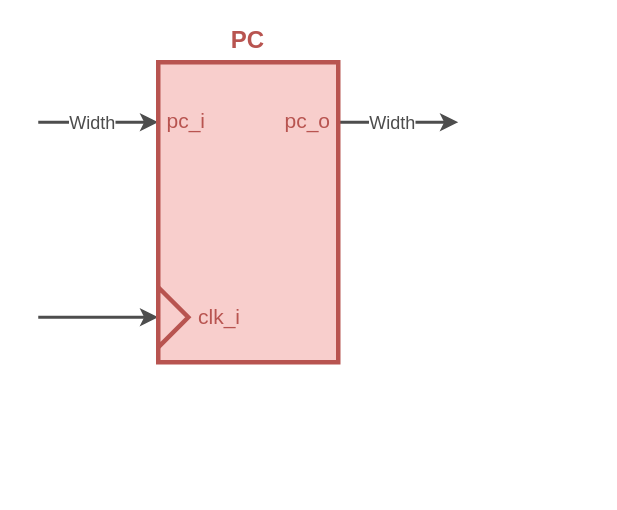
Earlier version of the draw.io diagram page "PC" (2 of 18) of xmint/design/design.drawio (Dark-GreenCat/xmint). Source tidied: cells renumbered, new cells numbered last; positions are measured from the earlier drawing's top-left corner, leaving out a move shared by most shapes. Both pictures are drawn from the tidied source at 150%, with x=0, y=0 at pixel (38, 32).
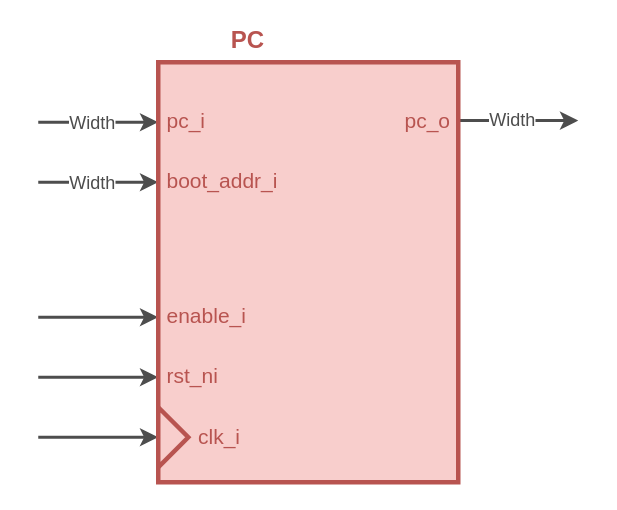
The same page after the edit.

Diff of the diagram source:
```diff
@@
-    <mxCell id="2" style="group;" parent="1" vertex="1">
-      <mxGeometry width="280" height="220" as="geometry" />
-    </mxCell>
+    <mxCell id="14" style="endArrow=classic;html=1;entryX=0;entryY=0;entryDx=0;entryDy=140;entryPerimeter=0;strokeWidth=2;fontColor=#4D4D4D;strokeColor=#4D4D4D;" parent="1" edge="1">
+      <mxGeometry relative="1" as="geometry">
+        <mxPoint y="230" as="sourcePoint" />
+        <mxPoint x="80" y="230" as="targetPoint" />
+      </mxGeometry>
+    </mxCell>
+    <mxCell id="15" style="endArrow=classic;html=1;entryX=0;entryY=0;entryDx=0;entryDy=140;entryPerimeter=0;strokeWidth=2;fontColor=#4D4D4D;strokeColor=#4D4D4D;" parent="1" edge="1">
+      <mxGeometry relative="1" as="geometry">
+        <mxPoint y="190" as="sourcePoint" />
+        <mxPoint x="80" y="190" as="targetPoint" />
+      </mxGeometry>
+    </mxCell>
+    <mxCell id="16" style="endArrow=classic;html=1;entryX=0;entryY=0;entryDx=0;entryDy=140;entryPerimeter=0;strokeWidth=2;fontColor=#4D4D4D;strokeColor=#4D4D4D;" parent="1" edge="1">
+      <mxGeometry relative="1" as="geometry">
+        <mxPoint y="100" as="sourcePoint" />
+        <mxPoint x="80" y="100" as="targetPoint" />
+      </mxGeometry>
+    </mxCell>
+    <mxCell id="17" value="Width" style="edgeLabel;html=1;align=center;verticalAlign=middle;fontSize=12;fontColor=#4D4D4D;" parent="16" vertex="1">
+      <mxGeometry x="0.21" y="1" relative="1" as="geometry">
+        <mxPoint x="-13" y="1" as="offset" />
+      </mxGeometry>
+    </mxCell>
-    <mxCell id="3" style="endArrow=classic;html=1;fontSize=12;entryX=0;entryY=0.5;entryDx=0;entryDy=0;strokeWidth=2;fontColor=#4D4D4D;strokeColor=#4D4D4D;" parent="2" edge="1" target="9">
+    <mxCell id="3" style="endArrow=classic;html=1;fontSize=12;entryX=0;entryY=0.5;entryDx=0;entryDy=0;strokeWidth=2;fontColor=#4D4D4D;strokeColor=#4D4D4D;" parent="1" edge="1" target="9">
       <mxGeometry relative="1" as="geometry">
-        <mxPoint y="190" as="sourcePoint" />
+        <mxPoint y="270" as="sourcePoint" />
       </mxGeometry>
     </mxCell>
-    <mxCell id="4" style="endArrow=classic;html=1;entryX=0;entryY=0;entryDx=0;entryDy=140;entryPerimeter=0;strokeWidth=2;fontColor=#4D4D4D;strokeColor=#4D4D4D;" parent="2" edge="1">
+    <mxCell id="4" style="endArrow=classic;html=1;entryX=0;entryY=0;entryDx=0;entryDy=140;entryPerimeter=0;strokeWidth=2;fontColor=#4D4D4D;strokeColor=#4D4D4D;" parent="1" edge="1">
       <mxGeometry relative="1" as="geometry">
         <mxPoint y="60" as="sourcePoint" />
         <mxPoint x="80" y="60" as="targetPoint" />
       </mxGeometry>
     </mxCell>
@@
-    <mxCell id="6" style="endArrow=classic;html=1;entryX=0;entryY=0;entryDx=0;entryDy=140;entryPerimeter=0;strokeWidth=2;fontColor=#4D4D4D;strokeColor=#4D4D4D;" parent="2" edge="1">
+    <mxCell id="6" style="endArrow=classic;html=1;entryX=0;entryY=0;entryDx=0;entryDy=140;entryPerimeter=0;strokeWidth=2;fontColor=#4D4D4D;strokeColor=#4D4D4D;" parent="1" edge="1">
       <mxGeometry relative="1" as="geometry">
-        <mxPoint x="200" y="60" as="sourcePoint" />
-        <mxPoint x="280" y="60" as="targetPoint" />
+        <mxPoint x="280" y="58.9" as="sourcePoint" />
+        <mxPoint x="360" y="58.9" as="targetPoint" />
       </mxGeometry>
     </mxCell>
@@
-    <mxCell id="8" style="rounded=0;whiteSpace=wrap;html=1;labelBackgroundColor=none;strokeColor=#b85450;strokeWidth=3;fontSize=12;fillColor=#f8cecc;" parent="2" vertex="1">
-      <mxGeometry x="80" y="20" width="120" height="200" as="geometry" />
+    <mxCell id="8" style="rounded=0;whiteSpace=wrap;html=1;labelBackgroundColor=none;strokeColor=#b85450;strokeWidth=3;fontSize=12;fillColor=#f8cecc;" parent="1" vertex="1">
+      <mxGeometry x="80" y="20" width="200" height="280" as="geometry" />
     </mxCell>
-    <mxCell id="9" style="triangle;whiteSpace=wrap;html=1;labelBackgroundColor=none;strokeColor=#b85450;strokeWidth=3;fontSize=12;fillColor=#f8cecc;rotation=0;" parent="2" vertex="1">
-      <mxGeometry x="80" y="170" width="20" height="40" as="geometry" />
+    <mxCell id="9" style="triangle;whiteSpace=wrap;html=1;labelBackgroundColor=none;strokeColor=#b85450;strokeWidth=3;fontSize=12;fillColor=#f8cecc;rotation=0;" parent="1" vertex="1">
+      <mxGeometry x="80" y="250" width="20" height="40" as="geometry" />
     </mxCell>
-    <mxCell id="10" value="PC" style="text;html=1;strokeColor=none;fillColor=none;align=center;verticalAlign=middle;whiteSpace=wrap;rounded=0;fontStyle=1;fontSize=16;fontColor=#B85450;" parent="2" vertex="1">
+    <mxCell id="10" value="PC" style="text;html=1;strokeColor=none;fillColor=none;align=center;verticalAlign=middle;whiteSpace=wrap;rounded=0;fontStyle=1;fontSize=16;fontColor=#B85450;" parent="1" vertex="1">
       <mxGeometry x="110" width="60" height="10" as="geometry" />
     </mxCell>
-    <mxCell id="11" value="clk_i" style="text;html=1;strokeColor=none;fillColor=none;align=left;verticalAlign=middle;whiteSpace=wrap;rounded=0;fontSize=14;fontColor=#B85450;" parent="2" vertex="1">
-      <mxGeometry x="105" y="175" width="60" height="30" as="geometry" />
+    <mxCell id="11" value="clk_i" style="text;html=1;strokeColor=none;fillColor=none;align=left;verticalAlign=middle;whiteSpace=wrap;rounded=0;fontSize=14;fontColor=#B85450;" parent="1" vertex="1">
+      <mxGeometry x="105" y="255" width="60" height="30" as="geometry" />
     </mxCell>
-    <mxCell id="12" value="pc_o" style="text;html=1;strokeColor=none;fillColor=none;align=right;verticalAlign=middle;whiteSpace=wrap;rounded=0;fontSize=14;fontColor=#B85450;" parent="2" vertex="1">
-      <mxGeometry x="137" y="44" width="60" height="30" as="geometry" />
+    <mxCell id="12" value="pc_o" style="text;html=1;strokeColor=none;fillColor=none;align=right;verticalAlign=middle;whiteSpace=wrap;rounded=0;fontSize=14;fontColor=#B85450;" parent="1" vertex="1">
+      <mxGeometry x="217" y="44" width="60" height="30" as="geometry" />
     </mxCell>
-    <mxCell id="13" value="pc_i" style="text;html=1;strokeColor=none;fillColor=none;align=left;verticalAlign=middle;whiteSpace=wrap;rounded=0;fontSize=14;fontColor=#B85450;" parent="2" vertex="1">
+    <mxCell id="13" value="pc_i" style="text;html=1;strokeColor=none;fillColor=none;align=left;verticalAlign=middle;whiteSpace=wrap;rounded=0;fontSize=14;fontColor=#B85450;" parent="1" vertex="1">
       <mxGeometry x="84" y="44" width="60" height="30" as="geometry" />
     </mxCell>
+    <mxCell id="18" value="rst_ni" style="text;html=1;strokeColor=none;fillColor=none;align=left;verticalAlign=middle;whiteSpace=wrap;rounded=0;fontSize=14;fontColor=#B85450;" parent="1" vertex="1">
+      <mxGeometry x="84" y="214" width="60" height="30" as="geometry" />
+    </mxCell>
+    <mxCell id="19" value="enable_i" style="text;html=1;strokeColor=none;fillColor=none;align=left;verticalAlign=middle;whiteSpace=wrap;rounded=0;fontSize=14;fontColor=#B85450;" parent="1" vertex="1">
+      <mxGeometry x="84" y="174" width="60" height="30" as="geometry" />
+    </mxCell>
+    <mxCell id="20" value="boot_addr_i" style="text;html=1;strokeColor=none;fillColor=none;align=left;verticalAlign=middle;whiteSpace=wrap;rounded=0;fontSize=14;fontColor=#B85450;" parent="1" vertex="1">
+      <mxGeometry x="84" y="84" width="60" height="30" as="geometry" />
+    </mxCell>
```
